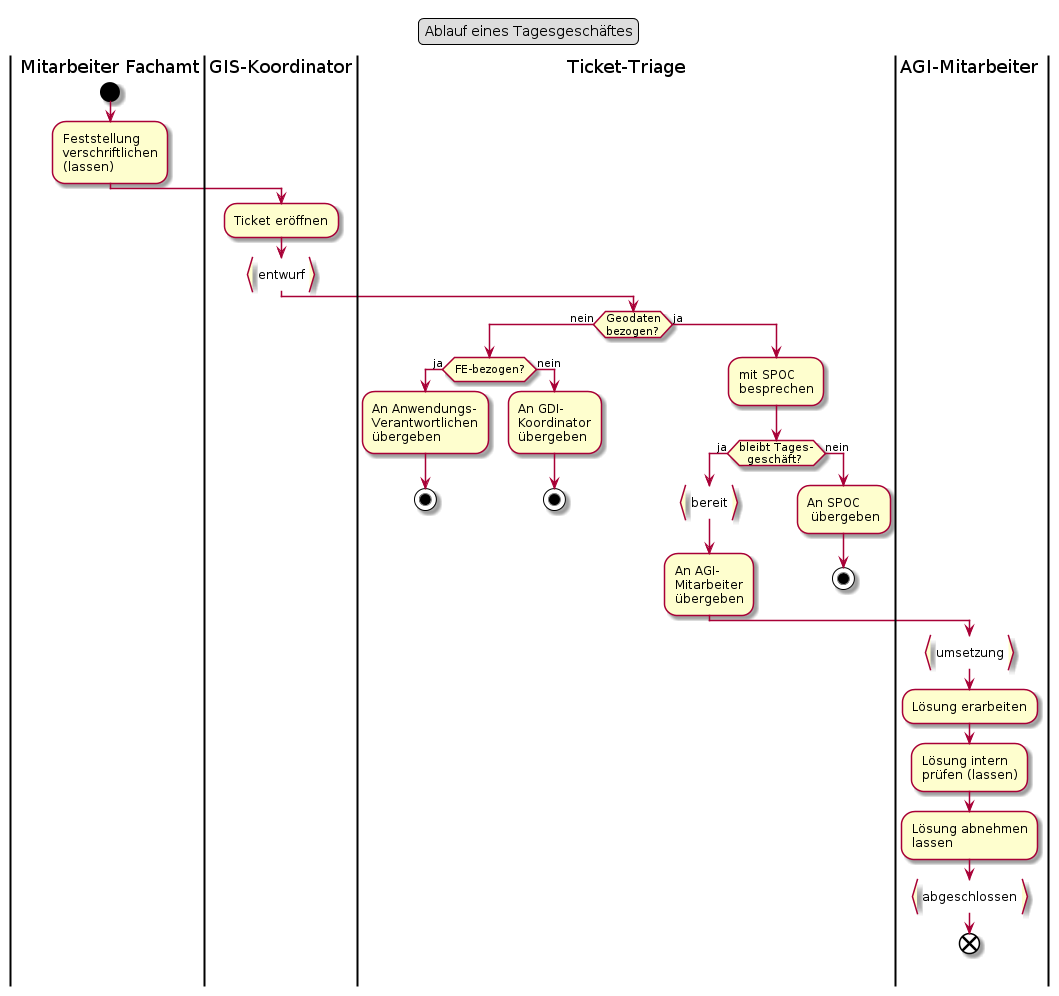
ojeker/docktick keeps this PlantUML diagram as puml_output/flow_ticket.png. Above is the earlier version.
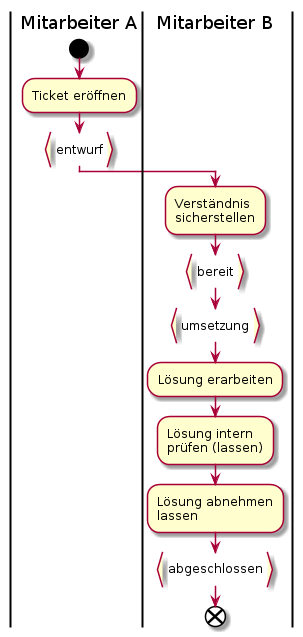
The same file after the commit.

Change to the diagram source:
```diff
@@ -1,52 +1,18 @@
 @startuml
-legend top
-	Ablauf eines Tagesgeschäftes
-end legend
-|Mitarbeiter Fachamt|
+|Mitarbeiter A|
 start
-:Feststellung
-verschriftlichen
-(lassen);
-|GIS-Koordinator|
 :Ticket eröffnen;
 :entwurf}
-|Ticket-Triage|
-if (Geodaten
-bezogen?) then (nein)
-  if (FE-bezogen?) then (ja)
-    :An Anwendungs-
-    Verantwortlichen
-    übergeben;
-    stop
-  else (nein)
-    :An GDI-
-    Koordinator
-    übergeben;
-    stop
-  endif
-else (ja)
-  :mit SPOC
-  besprechen;
-  if (bleibt Tages-
-  geschäft?) then (ja)
-    :bereit}
-    :An AGI-
-    Mitarbeiter
-    übergeben;
-    |AGI-Mitarbeiter|
-    :umsetzung}
-    :Lösung erarbeiten;
-    :Lösung intern
-    prüfen (lassen);
-    :Lösung abnehmen
-    lassen;
-    :abgeschlossen}
-    end
-  else (nein)
-    |Ticket-Triage|
-  	:An SPOC
-    übergeben;
-    stop
-  endif
-endif
+|Mitarbeiter B|
+:Verständnis
+sicherstellen;
+:bereit}
+:umsetzung}
+:Lösung erarbeiten;
+:Lösung intern
+prüfen (lassen);
+:Lösung abnehmen
+lassen;
+:abgeschlossen}
+end
 @enduml
```
